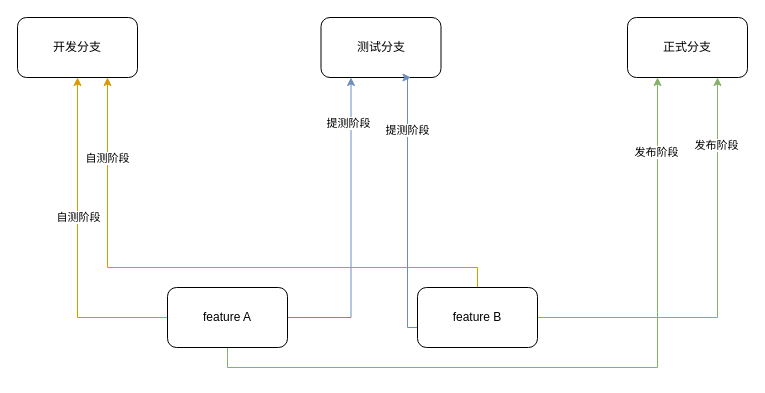
Above: branch/multi-player-multi-module.drawio in cherubic/drawio (draw.io), before the change. Source tidied: cells renumbered, new cells numbered last; positions are measured from the earlier drawing's top-left corner, leaving out a move shared by most shapes. Both pictures are drawn from the tidied source at 100%, with x=0, y=0 at pixel (17, 17).
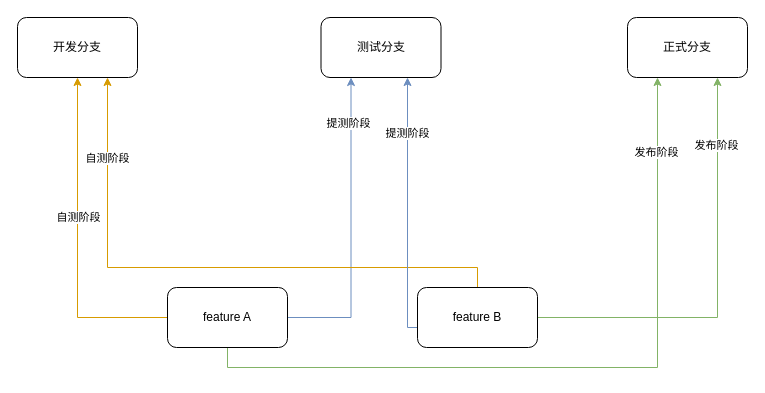
Above is the later version.

Unchanged cells that the change refers to:
```xml
<mxCell id="3" value="测试分支" style="rounded=1;whiteSpace=wrap;html=1;" parent="1" vertex="1">
  <mxGeometry x="303.5" width="120" height="60" as="geometry" />
</mxCell>
<mxCell id="18" value="feature B" style="rounded=1;whiteSpace=wrap;html=1;" parent="1" vertex="1">
  <mxGeometry x="400" y="270" width="120" height="60" as="geometry" />
</mxCell>
```

Change to the diagram source:
```diff
@@
-    <mxCell id="14" style="edgeStyle=orthogonalEdgeStyle;rounded=0;jettySize=auto;html=1;entryX=0.75;entryY=1;entryDx=0;entryDy=0;fillColor=#dae8fc;strokeColor=#6c8ebf;" parent="1" edge="1" source="18" target="3">
+    <mxCell id="14" style="edgeStyle=orthogonalEdgeStyle;rounded=0;jettySize=auto;html=1;fillColor=#dae8fc;strokeColor=#6c8ebf;" parent="1" edge="1" source="18" target="3">
       <mxGeometry relative="1" as="geometry">
         <Array as="points">
           <mxPoint x="390" y="310" />
-          <mxPoint x="390" y="60" />
         </Array>
       </mxGeometry>
     </mxCell>
```
